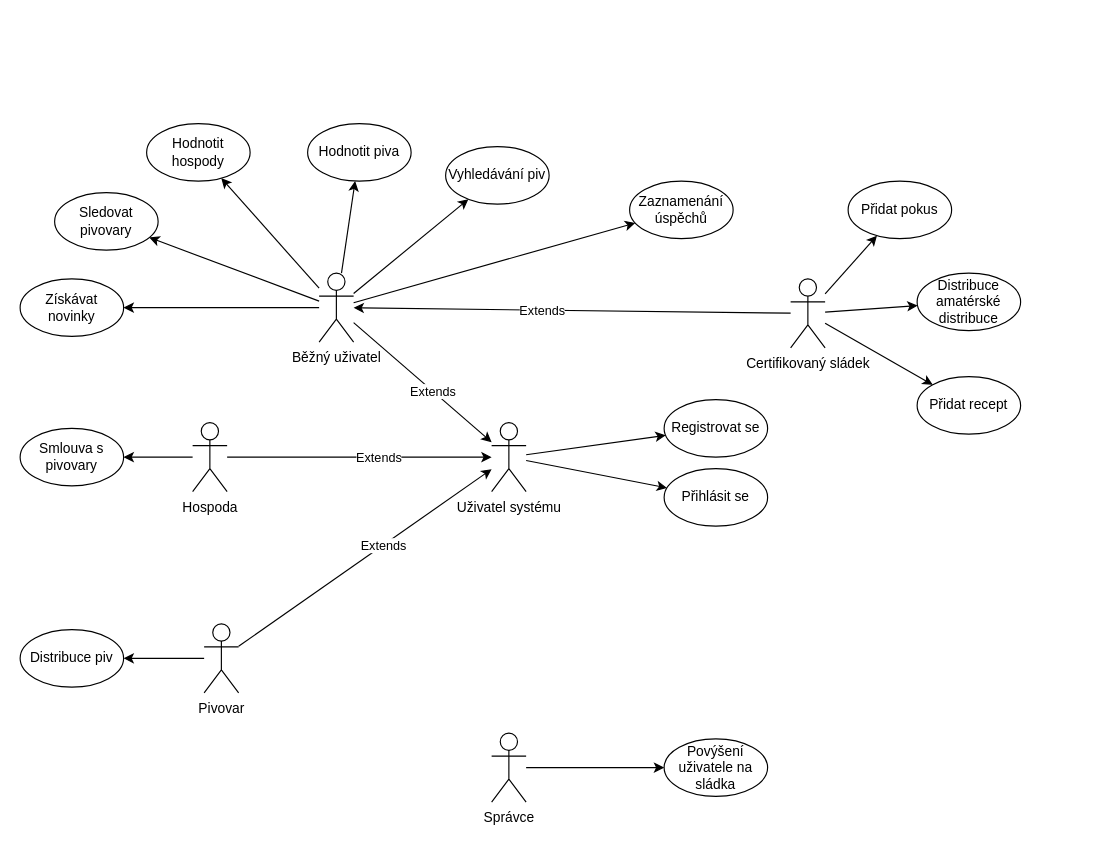
dan1235689/Diagrams keeps this draw.io diagram as IUS/IUS_projekt/UseCase.drawio. Above is the earlier version. Source tidied: cells renumbered, new cells numbered last; positions are measured from the earlier drawing's top-left corner, leaving out a move shared by most shapes. Both pictures are drawn from the tidied source at 115%, with x=0, y=0 at pixel (20, 123).
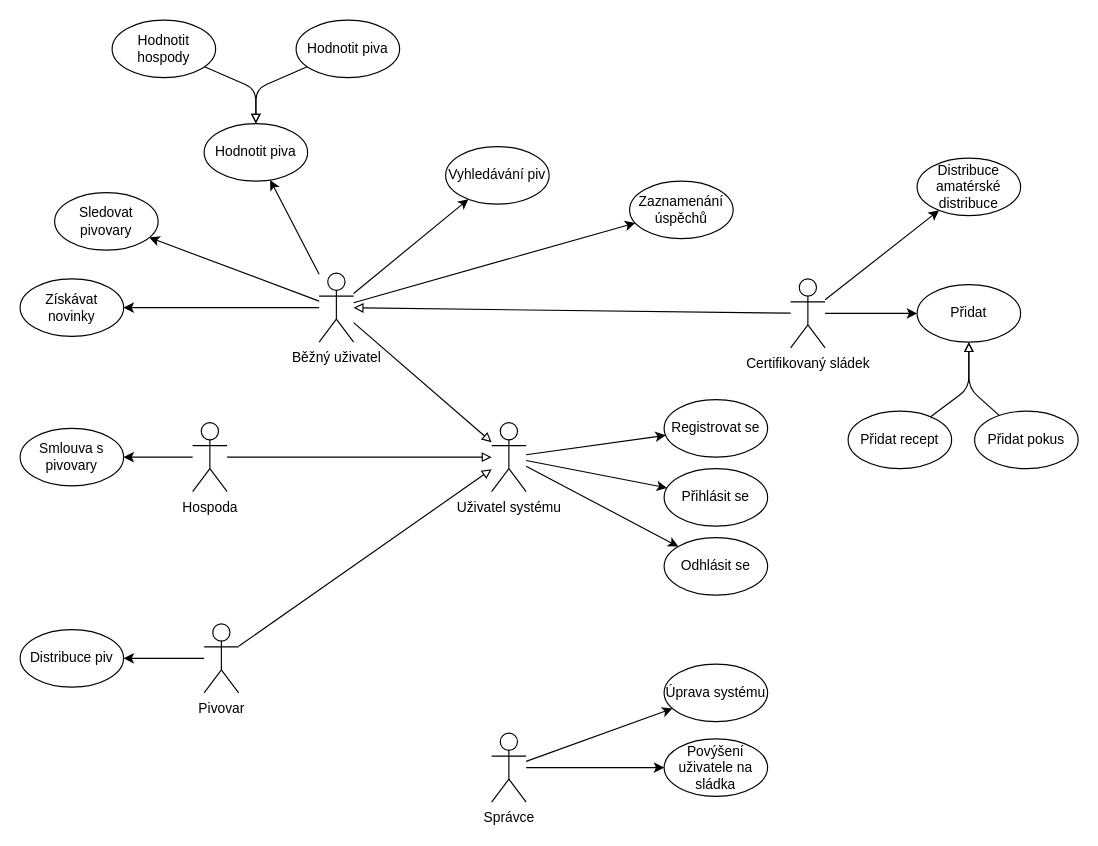
The same diagram, later.

Commit message:
drobnej edit v zapisu

Unchanged cells that the change refers to:
```xml
<mxCell id="8" value="Běžný uživatel" style="shape=umlActor;verticalLabelPosition=bottom;verticalAlign=top;html=1;outlineConnect=0;" parent="1" vertex="1">
  <mxGeometry x="260" y="130" width="30" height="60" as="geometry" />
</mxCell>
<mxCell id="23" value="Certifikovaný sládek" style="shape=umlActor;verticalLabelPosition=bottom;verticalAlign=top;html=1;outlineConnect=0;" parent="1" vertex="1">
  <mxGeometry x="670" y="135" width="30" height="60" as="geometry" />
</mxCell>
<mxCell id="25" value="Hospoda" style="shape=umlActor;verticalLabelPosition=bottom;verticalAlign=top;html=1;outlineConnect=0;" parent="1" vertex="1">
  <mxGeometry x="150" y="260" width="30" height="60" as="geometry" />
</mxCell>
<mxCell id="27" value="Pivovar" style="shape=umlActor;verticalLabelPosition=bottom;verticalAlign=top;html=1;outlineConnect=0;" parent="1" vertex="1">
  <mxGeometry x="160" y="435" width="30" height="60" as="geometry" />
</mxCell>
<mxCell id="32" value="Uživatel systému" style="shape=umlActor;verticalLabelPosition=bottom;verticalAlign=top;html=1;" parent="1" vertex="1">
  <mxGeometry x="410" y="260" width="30" height="60" as="geometry" />
</mxCell>
<mxCell id="42" value="Správce" style="shape=umlActor;verticalLabelPosition=bottom;verticalAlign=top;html=1;outlineConnect=0;" parent="1" vertex="1">
  <mxGeometry x="410" y="530" width="30" height="60" as="geometry" />
</mxCell>
```

Change to the diagram source:
```diff
@@
-    <mxCell id="2" style="edgeStyle=none;html=1;" parent="1" edge="1" source="8" target="9">
+    <mxCell id="2" style="edgeStyle=none;html=1;" parent="1" edge="1" source="8" target="49">
       <mxGeometry relative="1" as="geometry" />
     </mxCell>
@@
-    <mxCell id="7" style="edgeStyle=none;html=1;" parent="1" edge="1" source="8" target="28">
-      <mxGeometry relative="1" as="geometry" />
-    </mxCell>
@@
+    <mxCell id="44" style="edgeStyle=none;html=1;endArrow=block;endFill=0;" parent="1" edge="1" source="9" target="49">
+      <mxGeometry relative="1" as="geometry">
+        <Array as="points">
+          <mxPoint x="205" y="-30" />
+        </Array>
+      </mxGeometry>
+    </mxCell>
     <mxCell id="9" value="Hodnotit hospody" style="ellipse;whiteSpace=wrap;html=1;" parent="1" vertex="1">
-      <mxGeometry x="110" width="90" height="50" as="geometry" />
+      <mxGeometry x="80" y="-90" width="90" height="50" as="geometry" />
     </mxCell>
@@
-    <mxCell id="14" value="Přidat pokus" style="ellipse;whiteSpace=wrap;html=1;" parent="1" vertex="1">
-      <mxGeometry x="720" y="50" width="90" height="50" as="geometry" />
+    <mxCell id="14" value="Přidat" style="ellipse;whiteSpace=wrap;html=1;" parent="1" vertex="1">
+      <mxGeometry x="780" y="140" width="90" height="50" as="geometry" />
     </mxCell>
+    <mxCell id="45" style="edgeStyle=none;html=1;endArrow=block;endFill=0;" parent="1" edge="1" source="15" target="14">
+      <mxGeometry relative="1" as="geometry">
+        <Array as="points">
+          <mxPoint x="825" y="230" />
+        </Array>
+      </mxGeometry>
+    </mxCell>
     <mxCell id="15" value="Přidat recept" style="ellipse;whiteSpace=wrap;html=1;" parent="1" vertex="1">
-      <mxGeometry x="780" y="220" width="90" height="50" as="geometry" />
+      <mxGeometry x="720" y="250" width="90" height="50" as="geometry" />
     </mxCell>
@@
-    <mxCell id="19" style="edgeStyle=none;html=1;" parent="1" edge="1" source="23" target="15">
-      <mxGeometry relative="1" as="geometry" />
-    </mxCell>
-    <mxCell id="20" style="edgeStyle=none;html=1;" parent="1" edge="1" source="23" target="8">
+    <mxCell id="20" style="edgeStyle=none;html=1;endArrow=block;endFill=0;" parent="1" edge="1" source="23" target="8">
       <mxGeometry relative="1" as="geometry" />
     </mxCell>
-    <mxCell id="21" value="Extends" style="edgeLabel;html=1;align=center;verticalAlign=middle;" parent="20" vertex="1">
-      <mxGeometry x="0.14" relative="1" as="geometry" />
-    </mxCell>
@@
+    <mxCell id="46" style="edgeStyle=none;html=1;endArrow=block;endFill=0;" parent="1" edge="1" source="28" target="49">
+      <mxGeometry relative="1" as="geometry">
+        <Array as="points">
+          <mxPoint x="205" y="-30" />
+        </Array>
+      </mxGeometry>
+    </mxCell>
     <mxCell id="28" value="Hodnotit piva" style="ellipse;whiteSpace=wrap;html=1;" parent="1" vertex="1">
-      <mxGeometry x="250" width="90" height="50" as="geometry" />
+      <mxGeometry x="240" y="-90" width="90" height="50" as="geometry" />
     </mxCell>
     <mxCell id="29" value="Distribuce amatérské distribuce" style="ellipse;whiteSpace=wrap;html=1;" parent="1" vertex="1">
-      <mxGeometry x="780" y="130" width="90" height="50" as="geometry" />
+      <mxGeometry x="780" y="30" width="90" height="50" as="geometry" />
     </mxCell>
@@
+    <mxCell id="47" style="edgeStyle=none;html=1;endArrow=classic;endFill=1;" parent="1" edge="1" source="32" target="52">
+      <mxGeometry relative="1" as="geometry" />
+    </mxCell>
@@
-    <mxCell id="33" style="edgeStyle=none;html=1;" parent="1" edge="1" source="8" target="32">
+    <mxCell id="33" style="edgeStyle=none;html=1;endArrow=block;endFill=0;" parent="1" edge="1" source="8" target="32">
       <mxGeometry relative="1" as="geometry" />
     </mxCell>
-    <mxCell id="34" value="Extends" style="edgeLabel;html=1;align=center;verticalAlign=middle;" parent="33" vertex="1">
-      <mxGeometry x="0.14" relative="1" as="geometry" />
-    </mxCell>
-    <mxCell id="35" style="edgeStyle=none;html=1;" parent="1" edge="1" source="25" target="32">
+    <mxCell id="35" style="edgeStyle=none;html=1;endArrow=block;endFill=0;" parent="1" edge="1" source="25" target="32">
       <mxGeometry relative="1" as="geometry" />
     </mxCell>
-    <mxCell id="36" value="Extends" style="edgeLabel;html=1;align=center;verticalAlign=middle;" parent="35" vertex="1">
-      <mxGeometry x="0.14" relative="1" as="geometry" />
-    </mxCell>
-    <mxCell id="37" style="edgeStyle=none;html=1;" parent="1" edge="1" source="27" target="32">
+    <mxCell id="37" style="edgeStyle=none;html=1;endArrow=block;endFill=0;" parent="1" edge="1" source="27" target="32">
       <mxGeometry relative="1" as="geometry" />
     </mxCell>
-    <mxCell id="38" value="Extends" style="edgeLabel;html=1;align=center;verticalAlign=middle;" parent="37" vertex="1">
-      <mxGeometry x="0.14" relative="1" as="geometry" />
-    </mxCell>
@@
+    <mxCell id="48" style="edgeStyle=none;html=1;endArrow=classic;endFill=1;" parent="1" edge="1" source="42" target="53">
+      <mxGeometry relative="1" as="geometry" />
+    </mxCell>
@@
+    <mxCell id="49" value="Hodnotit piva" style="ellipse;whiteSpace=wrap;html=1;" parent="1" vertex="1">
+      <mxGeometry x="160" width="90" height="50" as="geometry" />
+    </mxCell>
+    <mxCell id="50" style="edgeStyle=none;html=1;endArrow=block;endFill=0;" parent="1" edge="1" source="51" target="14">
+      <mxGeometry relative="1" as="geometry">
+        <Array as="points">
+          <mxPoint x="825" y="230" />
+        </Array>
+      </mxGeometry>
+    </mxCell>
+    <mxCell id="51" value="Přidat pokus" style="ellipse;whiteSpace=wrap;html=1;" parent="1" vertex="1">
+      <mxGeometry x="830" y="250" width="90" height="50" as="geometry" />
+    </mxCell>
+    <mxCell id="52" value="Odhlásit se" style="ellipse;whiteSpace=wrap;html=1;" parent="1" vertex="1">
+      <mxGeometry x="560" y="360" width="90" height="50" as="geometry" />
+    </mxCell>
+    <mxCell id="53" value="Úprava systému" style="ellipse;whiteSpace=wrap;html=1;" parent="1" vertex="1">
+      <mxGeometry x="560" y="470" width="90" height="50" as="geometry" />
+    </mxCell>
```
